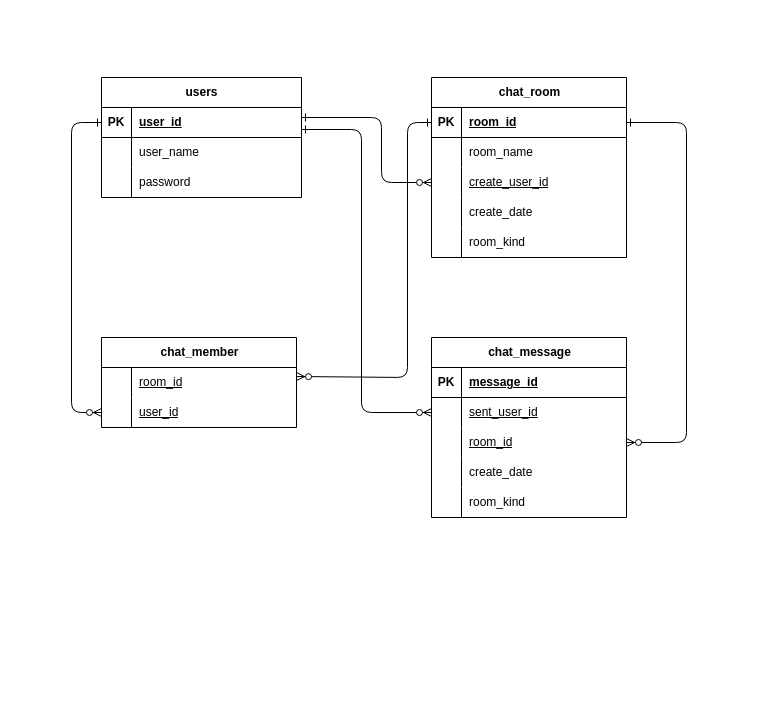
This is DB設計/ER図.drawio from inakuuun/IksInfoShare, a draw.io file, before an edit. Source tidied: cells renumbered, new cells numbered last; positions are measured from the earlier drawing's top-left corner, leaving out a move shared by most shapes. Both pictures are drawn from the tidied source at 100%, with x=0, y=0 at pixel (71, 77).
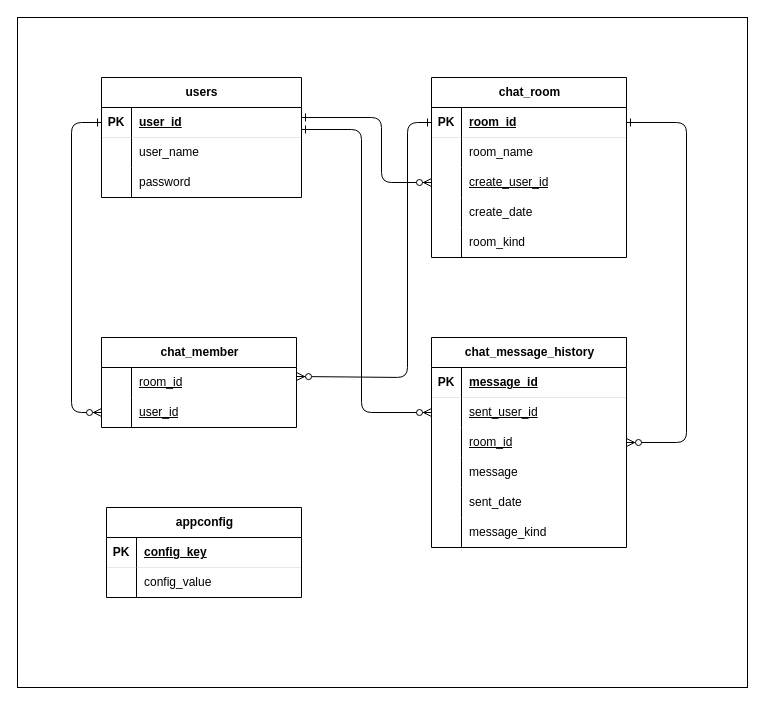
The same diagram, later.

Commit message:
ER図.drawio を更新します

Unchanged cells that the change refers to:
```xml
<mxCell id="4" value="chat_room" style="shape=table;startSize=30;childLayout=tableLayout;rowLines=0;fontStyle=1;align=center;html=1;strokeColor=default;verticalAlign=middle;fontFamily=Helvetica;fontSize=12;fontColor=default;fillColor=none;" parent="1" vertex="1">
  <mxGeometry x="360" width="195" height="180" as="geometry" />
</mxCell>
<mxCell id="30" style="shape=tableRow;horizontal=0;startSize=0;swimlaneHead=0;swimlaneBody=0;fillColor=none;top=0;left=0;right=0;bottom=0;strokeColor=default;align=center;verticalAlign=middle;fontFamily=Helvetica;fontSize=12;fontColor=default;" parent="20" vertex="1">
  <mxGeometry y="120" width="195" height="30" as="geometry" />
</mxCell>
<mxCell id="33" style="shape=tableRow;horizontal=0;startSize=0;swimlaneHead=0;swimlaneBody=0;fillColor=none;top=0;left=0;right=0;bottom=0;strokeColor=default;align=center;verticalAlign=middle;fontFamily=Helvetica;fontSize=12;fontColor=default;" parent="20" vertex="1">
  <mxGeometry y="150" width="195" height="30" as="geometry" />
</mxCell>
<mxCell id="36" value="users" style="shape=table;startSize=30;childLayout=tableLayout;rowLines=0;fontStyle=1;align=center;html=1;strokeColor=default;verticalAlign=middle;fontFamily=Helvetica;fontSize=12;fontColor=default;fillColor=none;" parent="1" vertex="1">
  <mxGeometry x="30" width="200" height="120" as="geometry" />
</mxCell>
```

What changed in the source:
```diff
@@
+    <mxCell id="57" style="whiteSpace=wrap;html=1;" parent="1" vertex="1">
+      <mxGeometry x="-54" y="-60" width="730" height="670" as="geometry" />
+    </mxCell>
@@
-    <mxCell id="5" style="shape=tableRow;horizontal=0;startSize=0;swimlaneHead=0;swimlaneBody=0;fillColor=none;points=[[0,0.5],[1,0.5]];portConstraint=eastwest;top=0;left=0;right=0;bottom=1;strokeColor=default;align=center;verticalAlign=middle;fontFamily=Helvetica;fontSize=12;fontColor=default;" parent="4" vertex="1">
+    <mxCell id="5" style="shape=tableRow;horizontal=0;startSize=0;swimlaneHead=0;swimlaneBody=0;fillColor=none;points=[[0,0.5],[1,0.5]];portConstraint=eastwest;top=0;left=0;right=0;bottom=1;strokeColor=default;align=center;verticalAlign=middle;fontFamily=Helvetica;fontSize=12;fontColor=default;strokeWidth=0;" parent="4" vertex="1">
       <mxGeometry y="30" width="195" height="30" as="geometry" />
     </mxCell>
@@
-    <mxCell id="20" value="chat_message" style="shape=table;startSize=30;childLayout=tableLayout;rowLines=0;fontStyle=1;align=center;html=1;strokeColor=default;verticalAlign=middle;fontFamily=Helvetica;fontSize=12;fontColor=default;fillColor=none;" parent="1" vertex="1">
-      <mxGeometry x="360" y="260" width="195" height="180" as="geometry" />
+    <mxCell id="20" value="chat_message_history" style="shape=table;startSize=30;childLayout=tableLayout;rowLines=0;fontStyle=1;align=center;html=1;strokeColor=default;verticalAlign=middle;fontFamily=Helvetica;fontSize=12;fontColor=default;fillColor=none;" parent="1" vertex="1">
+      <mxGeometry x="360" y="260" width="195" height="210" as="geometry" />
     </mxCell>
-    <mxCell id="21" style="shape=tableRow;horizontal=0;startSize=0;swimlaneHead=0;swimlaneBody=0;fillColor=none;top=0;left=0;right=0;bottom=1;strokeColor=default;align=center;verticalAlign=middle;fontFamily=Helvetica;fontSize=12;fontColor=default;" parent="20" vertex="1">
+    <mxCell id="21" style="shape=tableRow;horizontal=0;startSize=0;swimlaneHead=0;swimlaneBody=0;fillColor=none;top=0;left=0;right=0;bottom=1;strokeColor=default;align=center;verticalAlign=middle;fontFamily=Helvetica;fontSize=12;fontColor=default;strokeWidth=0;" parent="20" vertex="1">
       <mxGeometry y="30" width="195" height="30" as="geometry" />
     </mxCell>
@@
-    <mxCell id="32" value="create_date" style="shape=partialRectangle;fillColor=none;top=0;left=0;bottom=0;right=0;align=left;spacingLeft=6;overflow=hidden;whiteSpace=wrap;html=1;strokeColor=default;verticalAlign=middle;fontFamily=Helvetica;fontSize=12;fontColor=default;" parent="30" vertex="1">
+    <mxCell id="32" value="message" style="shape=partialRectangle;fillColor=none;top=0;left=0;bottom=0;right=0;align=left;spacingLeft=6;overflow=hidden;whiteSpace=wrap;html=1;strokeColor=default;verticalAlign=middle;fontFamily=Helvetica;fontSize=12;fontColor=default;" parent="30" vertex="1">
       <mxGeometry x="30" width="165" height="30" as="geometry" />
     </mxCell>
@@
-    <mxCell id="35" value="room_kind" style="shape=partialRectangle;fillColor=none;top=0;left=0;bottom=0;right=0;align=left;spacingLeft=6;overflow=hidden;whiteSpace=wrap;html=1;strokeColor=default;verticalAlign=middle;fontFamily=Helvetica;fontSize=12;fontColor=default;" parent="33" vertex="1">
+    <mxCell id="35" value="sent_date" style="shape=partialRectangle;fillColor=none;top=0;left=0;bottom=0;right=0;align=left;spacingLeft=6;overflow=hidden;whiteSpace=wrap;html=1;strokeColor=default;verticalAlign=middle;fontFamily=Helvetica;fontSize=12;fontColor=default;" parent="33" vertex="1">
       <mxGeometry x="30" width="165" height="30" as="geometry" />
     </mxCell>
+    <mxCell id="58" style="shape=tableRow;horizontal=0;startSize=0;swimlaneHead=0;swimlaneBody=0;fillColor=none;top=0;left=0;right=0;bottom=0;strokeColor=default;align=center;verticalAlign=middle;fontFamily=Helvetica;fontSize=12;fontColor=default;" parent="20" vertex="1">
+      <mxGeometry y="180" width="195" height="30" as="geometry" />
+    </mxCell>
+    <mxCell id="59" style="shape=partialRectangle;fillColor=none;top=0;left=0;bottom=0;right=0;overflow=hidden;whiteSpace=wrap;html=1;strokeColor=default;align=center;verticalAlign=middle;fontFamily=Helvetica;fontSize=12;fontColor=default;" parent="58" vertex="1">
+      <mxGeometry width="30" height="30" as="geometry" />
+    </mxCell>
+    <mxCell id="60" value="message_kind" style="shape=partialRectangle;fillColor=none;top=0;left=0;bottom=0;right=0;align=left;spacingLeft=6;overflow=hidden;whiteSpace=wrap;html=1;strokeColor=default;verticalAlign=middle;fontFamily=Helvetica;fontSize=12;fontColor=default;" parent="58" vertex="1">
+      <mxGeometry x="30" width="165" height="30" as="geometry" />
+    </mxCell>
@@
-    <mxCell id="37" style="shape=tableRow;horizontal=0;startSize=0;swimlaneHead=0;swimlaneBody=0;fillColor=none;points=[[0,0.5],[1,0.5]];portConstraint=eastwest;top=0;left=0;right=0;bottom=1;strokeColor=default;align=center;verticalAlign=middle;fontFamily=Helvetica;fontSize=12;fontColor=default;" parent="36" vertex="1">
+    <mxCell id="37" style="shape=tableRow;horizontal=0;startSize=0;swimlaneHead=0;swimlaneBody=0;fillColor=none;points=[[0,0.5],[1,0.5]];portConstraint=eastwest;top=0;left=0;right=0;bottom=1;strokeColor=default;align=center;verticalAlign=middle;fontFamily=Helvetica;fontSize=12;fontColor=default;strokeWidth=0;" parent="36" vertex="1">
       <mxGeometry y="30" width="200" height="30" as="geometry" />
     </mxCell>
@@
+    <mxCell id="61" value="appconfig" style="shape=table;startSize=30;childLayout=tableLayout;rowLines=0;fontStyle=1;align=center;html=1;strokeColor=default;verticalAlign=middle;fontFamily=Helvetica;fontSize=12;fontColor=default;fillColor=none;" parent="1" vertex="1">
+      <mxGeometry x="35" y="430" width="195" height="90" as="geometry" />
+    </mxCell>
+    <mxCell id="62" style="shape=tableRow;horizontal=0;startSize=0;swimlaneHead=0;swimlaneBody=0;fillColor=none;top=0;left=0;right=0;bottom=1;strokeColor=default;align=center;verticalAlign=middle;fontFamily=Helvetica;fontSize=12;fontColor=default;strokeWidth=0;" parent="61" vertex="1">
+      <mxGeometry y="30" width="195" height="30" as="geometry" />
+    </mxCell>
+    <mxCell id="63" value="PK" style="shape=partialRectangle;fillColor=none;top=0;left=0;bottom=0;right=0;fontStyle=1;overflow=hidden;whiteSpace=wrap;html=1;strokeColor=default;align=center;verticalAlign=middle;fontFamily=Helvetica;fontSize=12;fontColor=default;" parent="62" vertex="1">
+      <mxGeometry width="30" height="30" as="geometry" />
+    </mxCell>
+    <mxCell id="64" value="config_key" style="shape=partialRectangle;fillColor=none;top=0;left=0;bottom=0;right=0;align=left;spacingLeft=6;fontStyle=5;overflow=hidden;whiteSpace=wrap;html=1;strokeColor=default;verticalAlign=middle;fontFamily=Helvetica;fontSize=12;fontColor=default;" parent="62" vertex="1">
+      <mxGeometry x="30" width="165" height="30" as="geometry" />
+    </mxCell>
+    <mxCell id="65" style="shape=tableRow;horizontal=0;startSize=0;swimlaneHead=0;swimlaneBody=0;fillColor=none;top=0;left=0;right=0;bottom=0;strokeColor=default;align=center;verticalAlign=middle;fontFamily=Helvetica;fontSize=12;fontColor=default;" parent="61" vertex="1">
+      <mxGeometry y="60" width="195" height="30" as="geometry" />
+    </mxCell>
+    <mxCell id="66" style="shape=partialRectangle;fillColor=none;top=0;left=0;bottom=0;right=0;overflow=hidden;whiteSpace=wrap;html=1;strokeColor=default;align=center;verticalAlign=middle;fontFamily=Helvetica;fontSize=12;fontColor=default;" parent="65" vertex="1">
+      <mxGeometry width="30" height="30" as="geometry" />
+    </mxCell>
+    <mxCell id="67" value="config_value" style="shape=partialRectangle;fillColor=none;top=0;left=0;bottom=0;right=0;align=left;spacingLeft=6;overflow=hidden;whiteSpace=wrap;html=1;strokeColor=default;verticalAlign=middle;fontFamily=Helvetica;fontSize=12;fontColor=default;" parent="65" vertex="1">
+      <mxGeometry x="30" width="165" height="30" as="geometry" />
+    </mxCell>
```
